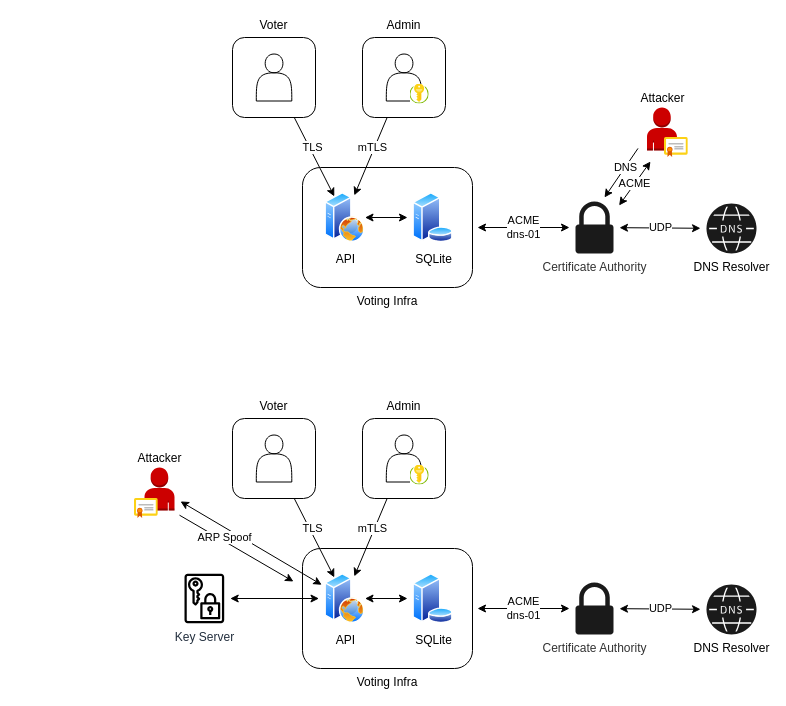
cs4404-mission1/writeup keeps this draw.io diagram as diagram.drawio. Above is the earlier version. Source tidied: cells renumbered, new cells numbered last; positions are measured from the earlier drawing's top-left corner, leaving out a move shared by most shapes. Both pictures are drawn from the tidied source at 100%, with x=0, y=0 at pixel (134, 37).
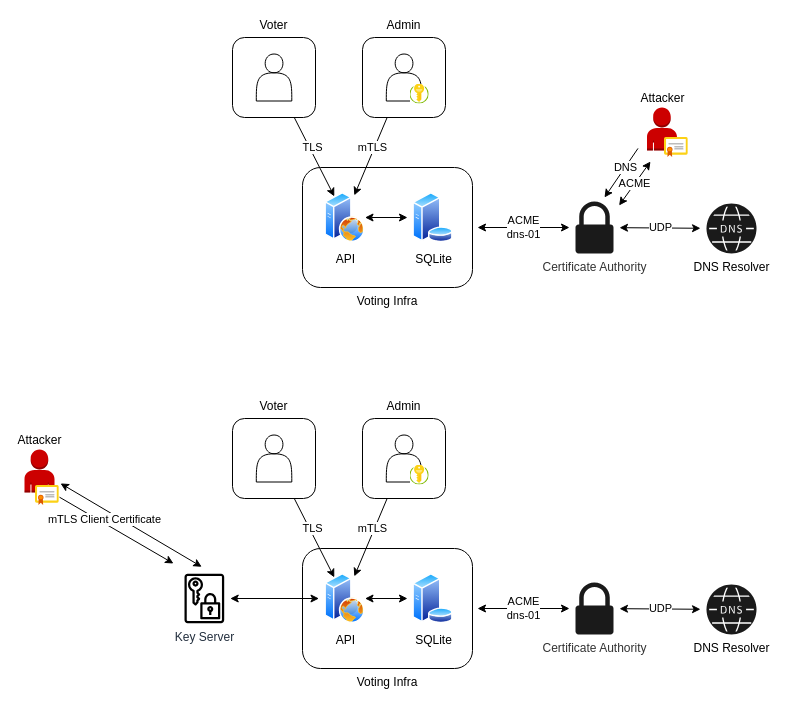
The same page after the edit.

Commit message (it also covers changes not shown here):
feat: current diagram

Unchanged cells that the change refers to:
```xml
<mxCell id="29" value="API" style="perimeter=ellipsePerimeter;html=1;align=center;shadow=0;dashed=0;spacingTop=3;image;image=img/lib/active_directory/web_server.svg;" parent="1" vertex="1">
  <mxGeometry x="190.5" y="536" width="40" height="50" as="geometry" />
</mxCell>
```

Change to the diagram source:
```diff
@@
-    <mxCell id="39" style="edgeStyle=none;rounded=0;jettySize=auto;html=1;startArrow=classic;startFill=1;endArrow=classic;endFill=1;sourcePerimeterSpacing=6;targetPerimeterSpacing=6;" parent="1" edge="1" source="41" target="29">
-      <mxGeometry relative="1" as="geometry" />
+    <mxCell id="39" style="edgeStyle=none;rounded=0;jettySize=auto;html=1;startArrow=classic;startFill=1;endArrow=classic;endFill=1;sourcePerimeterSpacing=6;targetPerimeterSpacing=6;" parent="1" edge="1" source="41">
+      <mxGeometry relative="1" as="geometry">
+        <mxPoint x="67.2" y="529.3" as="targetPoint" />
+      </mxGeometry>
     </mxCell>
-    <mxCell id="40" value="ARP Spoof" style="edgeStyle=none;rounded=0;orthogonalLoop=1;jettySize=auto;html=1;startArrow=none;startFill=0;endArrow=classic;endFill=1;sourcePerimeterSpacing=6;targetPerimeterSpacing=6;" parent="1" edge="1">
+    <mxCell id="40" value="mTLS Client Certificate" style="edgeStyle=none;rounded=0;orthogonalLoop=1;jettySize=auto;html=1;startArrow=none;startFill=0;endArrow=classic;endFill=1;sourcePerimeterSpacing=6;targetPerimeterSpacing=6;" parent="1" edge="1">
       <mxGeometry x="-0.24" y="3" relative="1" as="geometry">
-        <mxPoint x="45" y="477.7" as="sourcePoint" />
-        <mxPoint x="159" y="544" as="targetPoint" />
+        <mxPoint x="-75" y="459.7" as="sourcePoint" />
+        <mxPoint x="39" y="526" as="targetPoint" />
       </mxGeometry>
     </mxCell>
     <mxCell id="41" value="Attacker" style="outlineConnect=0;dashed=0;verticalLabelPosition=top;verticalAlign=bottom;align=center;html=1;shape=mxgraph.aws3.user;fillColor=#CC0000;gradientColor=none;strokeColor=default;labelPosition=center;" parent="1" vertex="1">
-      <mxGeometry x="10" y="430" width="30" height="43" as="geometry" />
+      <mxGeometry x="-110" y="412" width="30" height="43" as="geometry" />
     </mxCell>
@@
     <mxCell id="45" style="sketch=0;html=1;align=center;image;fontSize=12;image=img/lib/mscae/Certificate.svg;fontColor=default;fillColor=none;" parent="1" vertex="1">
-      <mxGeometry y="461" width="23.8" height="20" as="geometry" />
+      <mxGeometry x="-99" y="448" width="23.8" height="20" as="geometry" />
     </mxCell>
```
